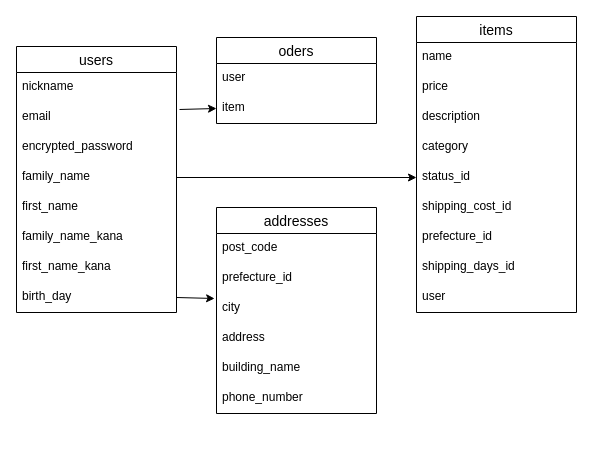
This is furima.dio from 123yuki/furima-37850, a draw.io file, before an edit. Source tidied: cells renumbered, new cells numbered last; positions are measured from the earlier drawing's top-left corner, leaving out a move shared by most shapes. Both pictures are drawn from the tidied source at 100%, with x=0, y=0 at pixel (16, 16).
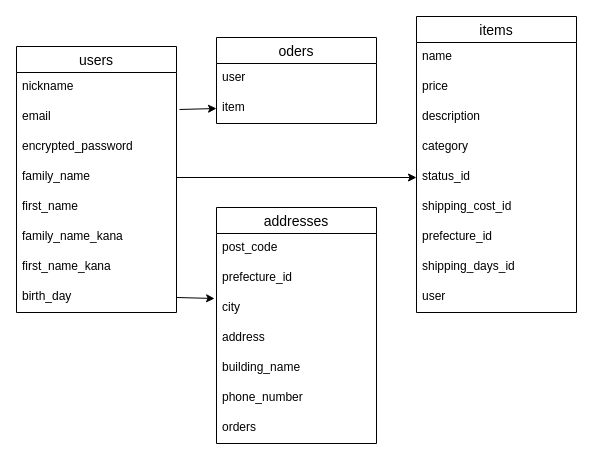
The same diagram, later.

Commit message (it also covers changes not shown here):
データベース設計の編集.006

The edit, as a diff of the source:
```diff
@@
     <mxCell id="27" value="addresses" style="swimlane;fontStyle=0;horizontal=1;startSize=26;align=center;fontSize=14;" parent="1" vertex="1">
-      <mxGeometry x="200" y="191" width="160" height="206" as="geometry" />
+      <mxGeometry x="200" y="191" width="160" height="236" as="geometry" />
     </mxCell>
@@
+    <mxCell id="34" value="orders" style="text;strokeColor=none;fillColor=none;spacingLeft=4;spacingRight=4;overflow=hidden;fontSize=12;" parent="27" vertex="1">
+      <mxGeometry y="206" width="160" height="30" as="geometry" />
+    </mxCell>
```
